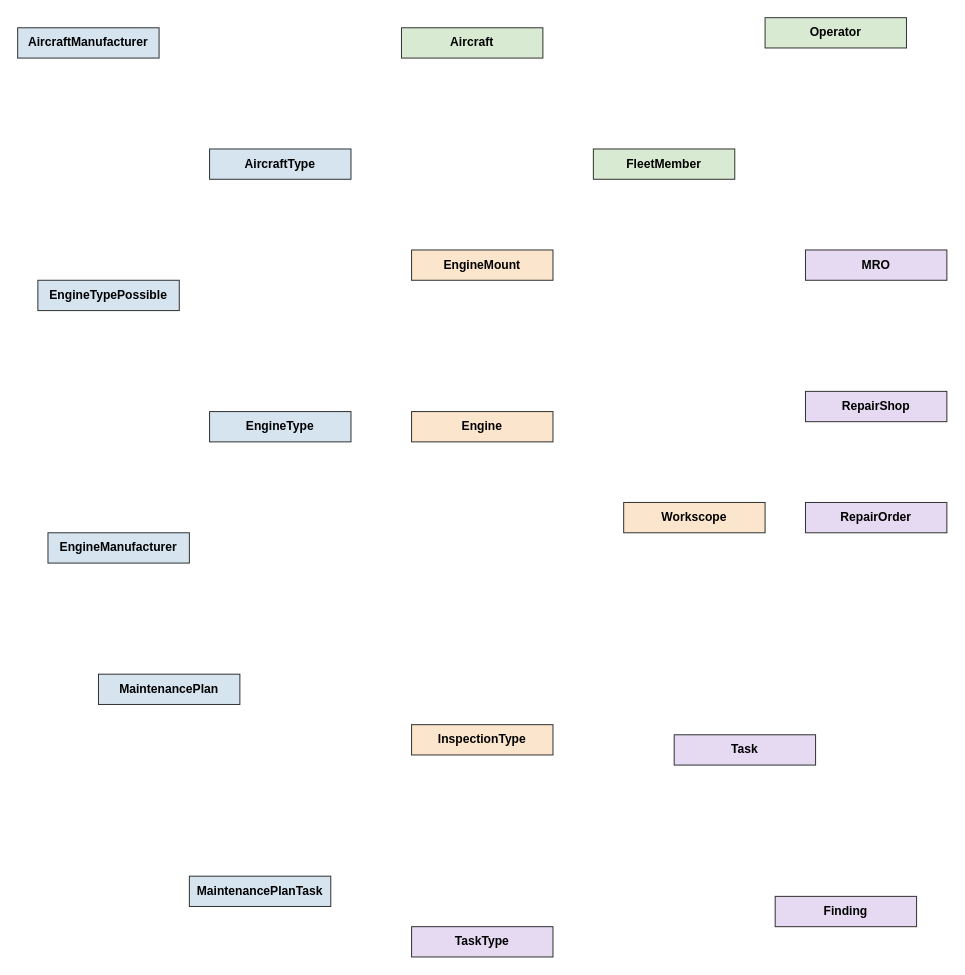
This is app/docs/requirements/DataModel-layout.drawio from aide-examples/aide-rap, a draw.io file, before an edit. Source tidied: cells renumbered, new cells numbered last; positions are measured from the earlier drawing's top-left corner, leaving out a move shared by most shapes. Both pictures are drawn from the tidied source at 101%, with x=0, y=0 at pixel (17, 17).
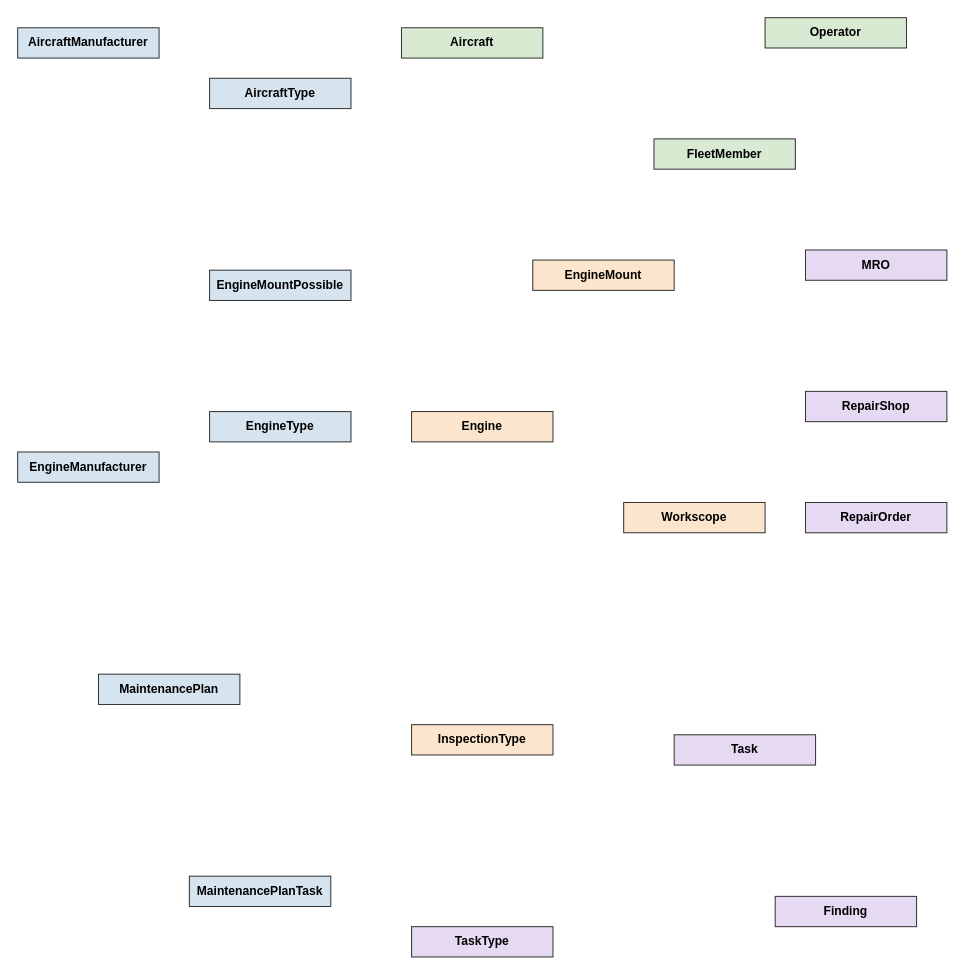
The same diagram, later.

Change to the diagram source:
```diff
@@
     <mxCell id="3" value="AircraftType" style="rounded=0;whiteSpace=wrap;html=1;fillColor=#D6E4F0;strokeColor=#333333;fontStyle=1;" parent="1" vertex="1">
-      <mxGeometry x="190" y="130" width="140" height="30" as="geometry" />
+      <mxGeometry x="190" y="60" width="140" height="30" as="geometry" />
     </mxCell>
     <mxCell id="4" value="EngineManufacturer" style="rounded=0;whiteSpace=wrap;html=1;fillColor=#D6E4F0;strokeColor=#333333;fontStyle=1;" parent="1" vertex="1">
-      <mxGeometry x="30" y="510" width="140" height="30" as="geometry" />
+      <mxGeometry y="430" width="140" height="30" as="geometry" />
     </mxCell>
@@
     <mxCell id="11" value="EngineMount" style="rounded=0;whiteSpace=wrap;html=1;fillColor=#FCE5CD;strokeColor=#333333;fontStyle=1;" parent="1" vertex="1">
-      <mxGeometry x="390" y="230" width="140" height="30" as="geometry" />
+      <mxGeometry x="510" y="240" width="140" height="30" as="geometry" />
     </mxCell>
@@
     <mxCell id="20" value="FleetMember" style="rounded=0;whiteSpace=wrap;html=1;fillColor=#D9EAD3;strokeColor=#333333;fontStyle=1;" parent="1" vertex="1">
-      <mxGeometry x="570" y="130" width="140" height="30" as="geometry" />
+      <mxGeometry x="630" y="120" width="140" height="30" as="geometry" />
     </mxCell>
-    <mxCell id="21" value="EngineTypePossible" style="rounded=0;whiteSpace=wrap;html=1;fillColor=#D6E4F0;strokeColor=#333333;fontStyle=1;" parent="1" vertex="1">
-      <mxGeometry x="20" y="260" width="140" height="30" as="geometry" />
+    <mxCell id="21" value="EngineMountPossible" style="rounded=0;whiteSpace=wrap;html=1;fillColor=#D6E4F0;strokeColor=#333333;fontStyle=1;" parent="1" vertex="1">
+      <mxGeometry x="190" y="250" width="140" height="30" as="geometry" />
     </mxCell>
```
